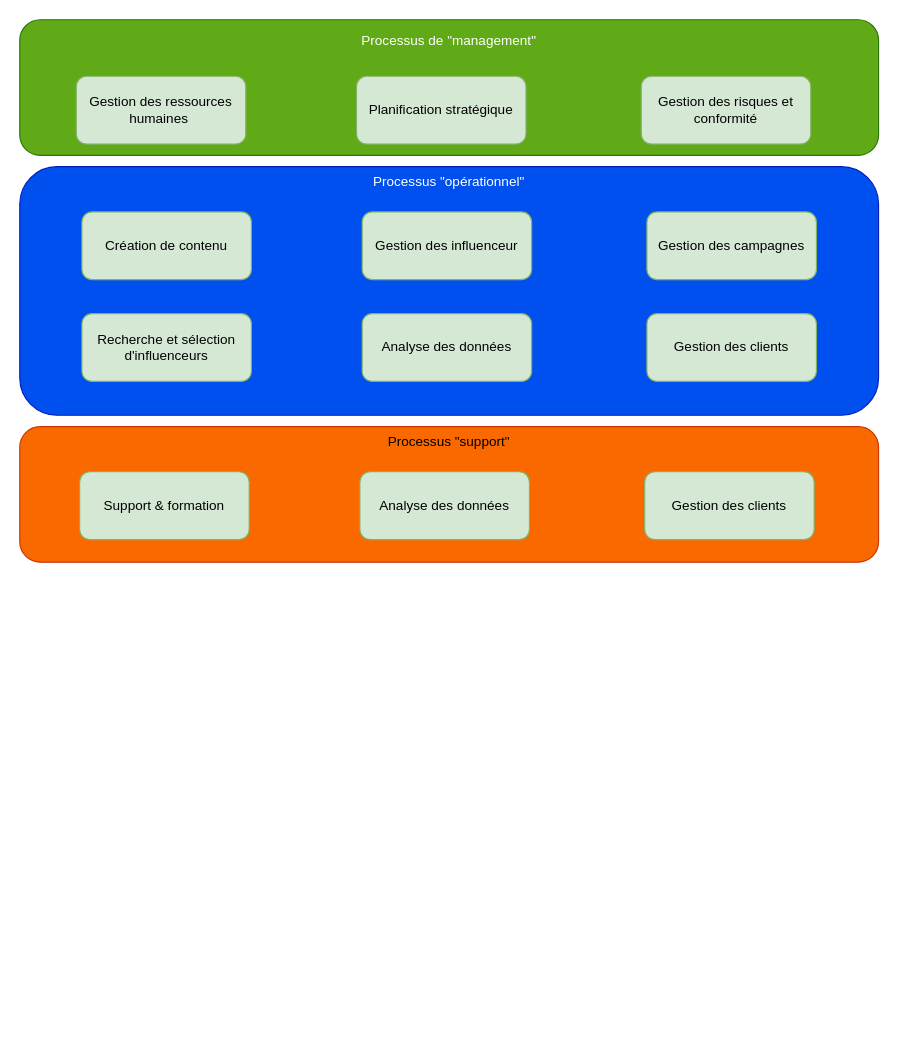
Above: Diagramme sans nom.drawio in yheguy/POEC (draw.io), before the change. Source tidied: cells renumbered, new cells numbered last; positions are measured from the earlier drawing's top-left corner, leaving out a move shared by most shapes. Both pictures are drawn from the tidied source at 113%, with x=0, y=0 at pixel (19, 19).
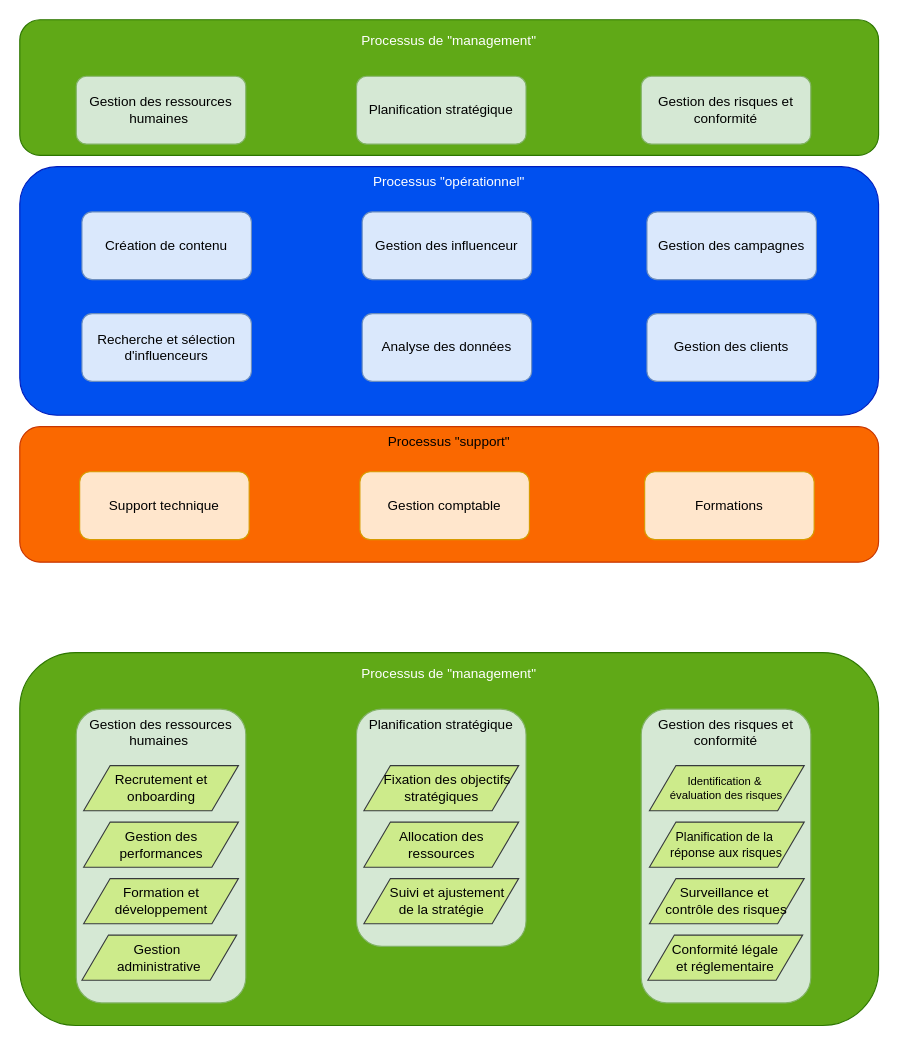
Above is the later version.

Commit message (it also covers changes not shown here):
Mettre à jour Diagramme sans nom.drawio

Diff of the diagram source:
```diff
@@
-    <mxCell id="8" value="Création de contenu" style="rounded=1;whiteSpace=wrap;html=1;fillColor=#d5e8d4;strokeColor=#82b366;" parent="1" vertex="1">
+    <mxCell id="8" value="Création de contenu" style="rounded=1;whiteSpace=wrap;html=1;fillColor=#dae8fc;strokeColor=#6c8ebf;" parent="1" vertex="1">
       <mxGeometry x="55" y="170" width="150" height="60" as="geometry" />
     </mxCell>
-    <mxCell id="9" value="Gestion des influenceur" style="rounded=1;whiteSpace=wrap;html=1;fillColor=#d5e8d4;strokeColor=#82b366;" parent="1" vertex="1">
+    <mxCell id="9" value="Gestion des influenceur" style="rounded=1;whiteSpace=wrap;html=1;fillColor=#dae8fc;strokeColor=#6c8ebf;" parent="1" vertex="1">
       <mxGeometry x="303" y="170" width="150" height="60" as="geometry" />
     </mxCell>
-    <mxCell id="10" value="Gestion des campagnes" style="rounded=1;whiteSpace=wrap;html=1;fillColor=#d5e8d4;strokeColor=#82b366;" parent="1" vertex="1">
+    <mxCell id="10" value="Gestion des campagnes" style="rounded=1;whiteSpace=wrap;html=1;fillColor=#dae8fc;strokeColor=#6c8ebf;" parent="1" vertex="1">
       <mxGeometry x="555" y="170" width="150" height="60" as="geometry" />
     </mxCell>
-    <mxCell id="11" value="Recherche et sélection d'influenceurs" style="rounded=1;whiteSpace=wrap;html=1;fillColor=#d5e8d4;strokeColor=#82b366;" parent="1" vertex="1">
+    <mxCell id="11" value="Recherche et sélection d'influenceurs" style="rounded=1;whiteSpace=wrap;html=1;fillColor=#dae8fc;strokeColor=#6c8ebf;" parent="1" vertex="1">
       <mxGeometry x="55" y="260" width="150" height="60" as="geometry" />
     </mxCell>
-    <mxCell id="12" value="Analyse des données" style="rounded=1;whiteSpace=wrap;html=1;fillColor=#d5e8d4;strokeColor=#82b366;" parent="1" vertex="1">
+    <mxCell id="12" value="Analyse des données" style="rounded=1;whiteSpace=wrap;html=1;fillColor=#dae8fc;strokeColor=#6c8ebf;" parent="1" vertex="1">
       <mxGeometry x="303" y="260" width="150" height="60" as="geometry" />
     </mxCell>
-    <mxCell id="13" value="Gestion des clients" style="rounded=1;whiteSpace=wrap;html=1;fillColor=#d5e8d4;strokeColor=#82b366;" parent="1" vertex="1">
+    <mxCell id="13" value="Gestion des clients" style="rounded=1;whiteSpace=wrap;html=1;fillColor=#dae8fc;strokeColor=#6c8ebf;" parent="1" vertex="1">
       <mxGeometry x="555" y="260" width="150" height="60" as="geometry" />
     </mxCell>
-    <mxCell id="14" value="Support &amp;amp; formation" style="rounded=1;whiteSpace=wrap;html=1;fillColor=#d5e8d4;strokeColor=#82b366;" parent="1" vertex="1">
+    <mxCell id="14" value="Support technique" style="rounded=1;whiteSpace=wrap;html=1;fillColor=#ffe6cc;strokeColor=#d79b00;" parent="1" vertex="1">
       <mxGeometry x="53" y="400" width="150" height="60" as="geometry" />
     </mxCell>
-    <mxCell id="15" value="Analyse des données" style="rounded=1;whiteSpace=wrap;html=1;fillColor=#d5e8d4;strokeColor=#82b366;" parent="1" vertex="1">
+    <mxCell id="15" value="Gestion comptable" style="rounded=1;whiteSpace=wrap;html=1;fillColor=#ffe6cc;strokeColor=#d79b00;" parent="1" vertex="1">
       <mxGeometry x="301" y="400" width="150" height="60" as="geometry" />
     </mxCell>
-    <mxCell id="16" value="Gestion des clients" style="rounded=1;whiteSpace=wrap;html=1;fillColor=#d5e8d4;strokeColor=#82b366;" parent="1" vertex="1">
+    <mxCell id="16" value="Formations" style="rounded=1;whiteSpace=wrap;html=1;fillColor=#ffe6cc;strokeColor=#d79b00;" parent="1" vertex="1">
       <mxGeometry x="553" y="400" width="150" height="60" as="geometry" />
     </mxCell>
+    <mxCell id="17" value="&lt;p style=&quot;line-height: 0%;&quot;&gt;Processus de &quot;management&quot;&lt;/p&gt;" style="rounded=1;whiteSpace=wrap;html=1;fillColor=#60a917;fontColor=#ffffff;strokeColor=#2D7600;verticalAlign=top;horizontal=1;" parent="1" vertex="1">
+      <mxGeometry y="560" width="760" height="330" as="geometry" />
+    </mxCell>
+    <mxCell id="18" value="Gestion des ressources humaines&amp;nbsp;" style="rounded=1;whiteSpace=wrap;html=1;fillColor=#d5e8d4;strokeColor=#82b366;verticalAlign=top;" parent="1" vertex="1">
+      <mxGeometry x="50" y="610" width="150" height="260" as="geometry" />
+    </mxCell>
+    <mxCell id="19" value="Planification stratégique" style="rounded=1;whiteSpace=wrap;html=1;fillColor=#d5e8d4;strokeColor=#82b366;verticalAlign=top;" parent="1" vertex="1">
+      <mxGeometry x="298" y="610" width="150" height="210" as="geometry" />
+    </mxCell>
+    <mxCell id="20" value="Gestion des risques et conformité" style="rounded=1;whiteSpace=wrap;html=1;fillColor=#d5e8d4;strokeColor=#82b366;verticalAlign=top;" parent="1" vertex="1">
+      <mxGeometry x="550" y="610" width="150" height="260" as="geometry" />
+    </mxCell>
+    <mxCell id="21" value="Recrutement et onboarding" style="shape=parallelogram;perimeter=parallelogramPerimeter;whiteSpace=wrap;html=1;fixedSize=1;size=23.5;fillColor=#cdeb8b;strokeColor=#36393d;" parent="1" vertex="1">
+      <mxGeometry x="56.5" y="660" width="137" height="40" as="geometry" />
+    </mxCell>
+    <mxCell id="22" value="Gestion des performances" style="shape=parallelogram;perimeter=parallelogramPerimeter;whiteSpace=wrap;html=1;fixedSize=1;size=23.5;fillColor=#cdeb8b;strokeColor=#36393d;" parent="1" vertex="1">
+      <mxGeometry x="56.5" y="710" width="137" height="40" as="geometry" />
+    </mxCell>
+    <mxCell id="23" value="Formation et développement" style="shape=parallelogram;perimeter=parallelogramPerimeter;whiteSpace=wrap;html=1;fixedSize=1;size=23.5;fillColor=#cdeb8b;strokeColor=#36393d;" parent="1" vertex="1">
+      <mxGeometry x="56.5" y="760" width="137" height="40" as="geometry" />
+    </mxCell>
+    <mxCell id="24" value="Gestion&amp;nbsp;&lt;div&gt;administrative&lt;/div&gt;" style="shape=parallelogram;perimeter=parallelogramPerimeter;whiteSpace=wrap;html=1;fixedSize=1;size=23.5;fillColor=#cdeb8b;strokeColor=#36393d;" parent="1" vertex="1">
+      <mxGeometry x="55" y="810" width="137" height="40" as="geometry" />
+    </mxCell>
+    <mxCell id="25" value="&amp;nbsp; &amp;nbsp;Fixation des o&lt;span style=&quot;background-color: initial;&quot;&gt;bjectifs&lt;/span&gt;&lt;div&gt;&lt;span style=&quot;background-color: initial;&quot;&gt;stratégiques&lt;/span&gt;&lt;/div&gt;" style="shape=parallelogram;perimeter=parallelogramPerimeter;whiteSpace=wrap;html=1;fixedSize=1;size=23.5;fillColor=#cdeb8b;strokeColor=#36393d;" parent="1" vertex="1">
+      <mxGeometry x="304.5" y="660" width="137" height="40" as="geometry" />
+    </mxCell>
+    <mxCell id="26" value="Allocation des ressources" style="shape=parallelogram;perimeter=parallelogramPerimeter;whiteSpace=wrap;html=1;fixedSize=1;size=23.5;fillColor=#cdeb8b;strokeColor=#36393d;" parent="1" vertex="1">
+      <mxGeometry x="304.5" y="710" width="137" height="40" as="geometry" />
+    </mxCell>
+    <mxCell id="27" value="&lt;div&gt;&amp;nbsp; &amp;nbsp;Suivi et ajustement&lt;/div&gt;&lt;div&gt;de la stratégie&lt;/div&gt;" style="shape=parallelogram;perimeter=parallelogramPerimeter;whiteSpace=wrap;html=1;fixedSize=1;size=23.5;fillColor=#cdeb8b;strokeColor=#36393d;" parent="1" vertex="1">
+      <mxGeometry x="304.5" y="760" width="137" height="40" as="geometry" />
+    </mxCell>
+    <mxCell id="28" value="Identification &amp;amp;&amp;nbsp;&lt;div&gt;évaluation&lt;span style=&quot;background-color: initial;&quot;&gt;&amp;nbsp;des risques&lt;/span&gt;&lt;/div&gt;" style="shape=parallelogram;perimeter=parallelogramPerimeter;whiteSpace=wrap;html=1;fixedSize=1;size=23.5;fillColor=#cdeb8b;strokeColor=#36393d;fontSize=10;" parent="1" vertex="1">
+      <mxGeometry x="557.2" y="660" width="137" height="40" as="geometry" />
+    </mxCell>
+    <mxCell id="29" value="Planification de la&amp;nbsp;&lt;div&gt;réponse aux risques&lt;/div&gt;" style="shape=parallelogram;perimeter=parallelogramPerimeter;whiteSpace=wrap;html=1;fixedSize=1;size=23.5;fillColor=#cdeb8b;strokeColor=#36393d;fontSize=11;" parent="1" vertex="1">
+      <mxGeometry x="557.2" y="710" width="137" height="40" as="geometry" />
+    </mxCell>
+    <mxCell id="30" value="Surveillance et&amp;nbsp;&lt;div&gt;contrôle des risques&lt;/div&gt;" style="shape=parallelogram;perimeter=parallelogramPerimeter;whiteSpace=wrap;html=1;fixedSize=1;size=23.5;fillColor=#cdeb8b;strokeColor=#36393d;" parent="1" vertex="1">
+      <mxGeometry x="557.2" y="760" width="137" height="40" as="geometry" />
+    </mxCell>
+    <mxCell id="31" value="Conformité légale&lt;div&gt;et réglementaire&lt;br&gt;&lt;/div&gt;" style="shape=parallelogram;perimeter=parallelogramPerimeter;whiteSpace=wrap;html=1;fixedSize=1;size=23.5;fillColor=#cdeb8b;strokeColor=#36393d;" parent="1" vertex="1">
+      <mxGeometry x="555.8" y="810" width="137" height="40" as="geometry" />
+    </mxCell>
```
